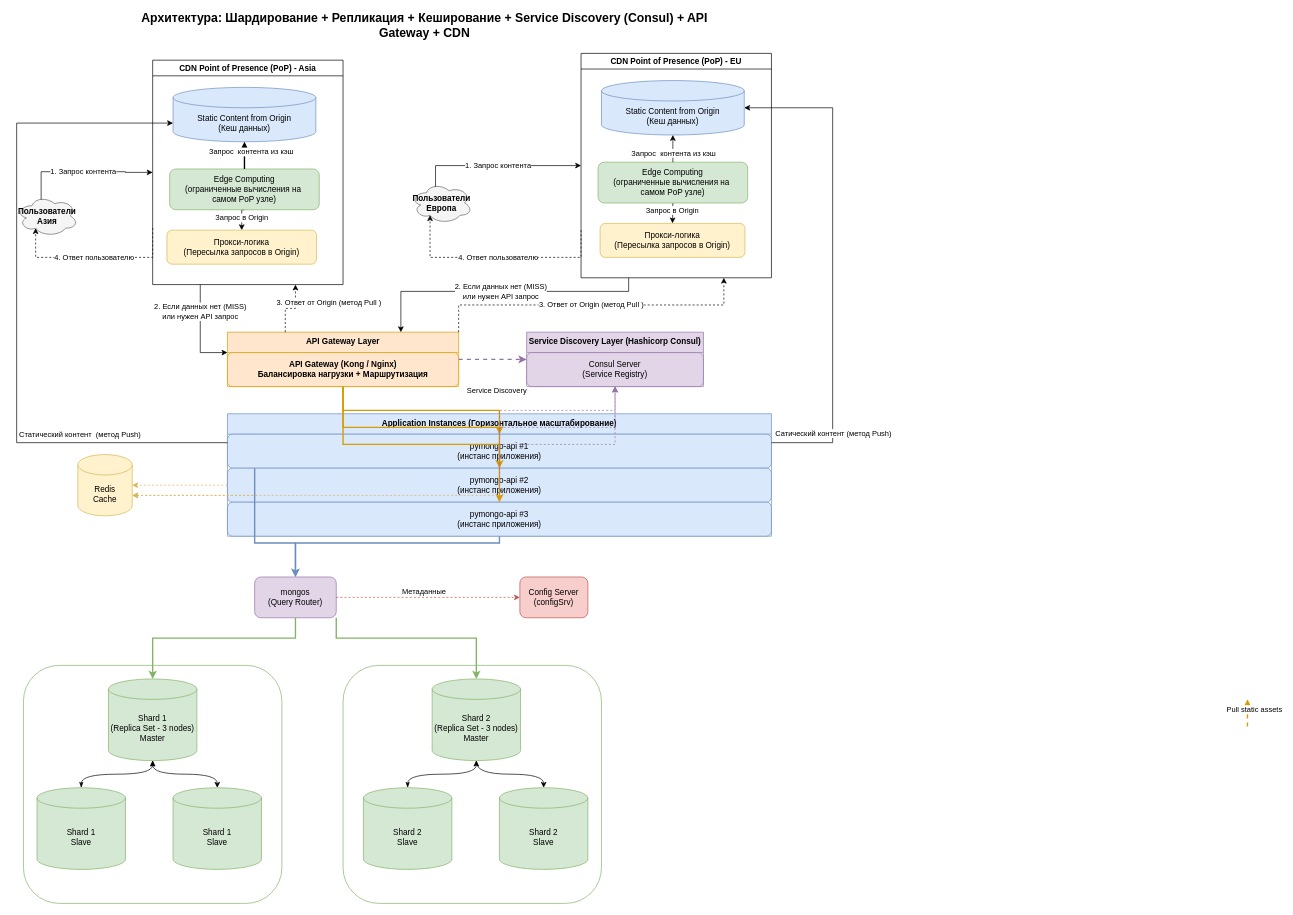
Above: task6.drawio in andruschenco/architecture-pro-black_friday (draw.io), before the change. Source tidied: cells renumbered, new cells numbered last; positions are measured from the earlier drawing's top-left corner, leaving out a move shared by most shapes. Both pictures are drawn from the tidied source at 68%, with x=0, y=0 at pixel (16, 12).
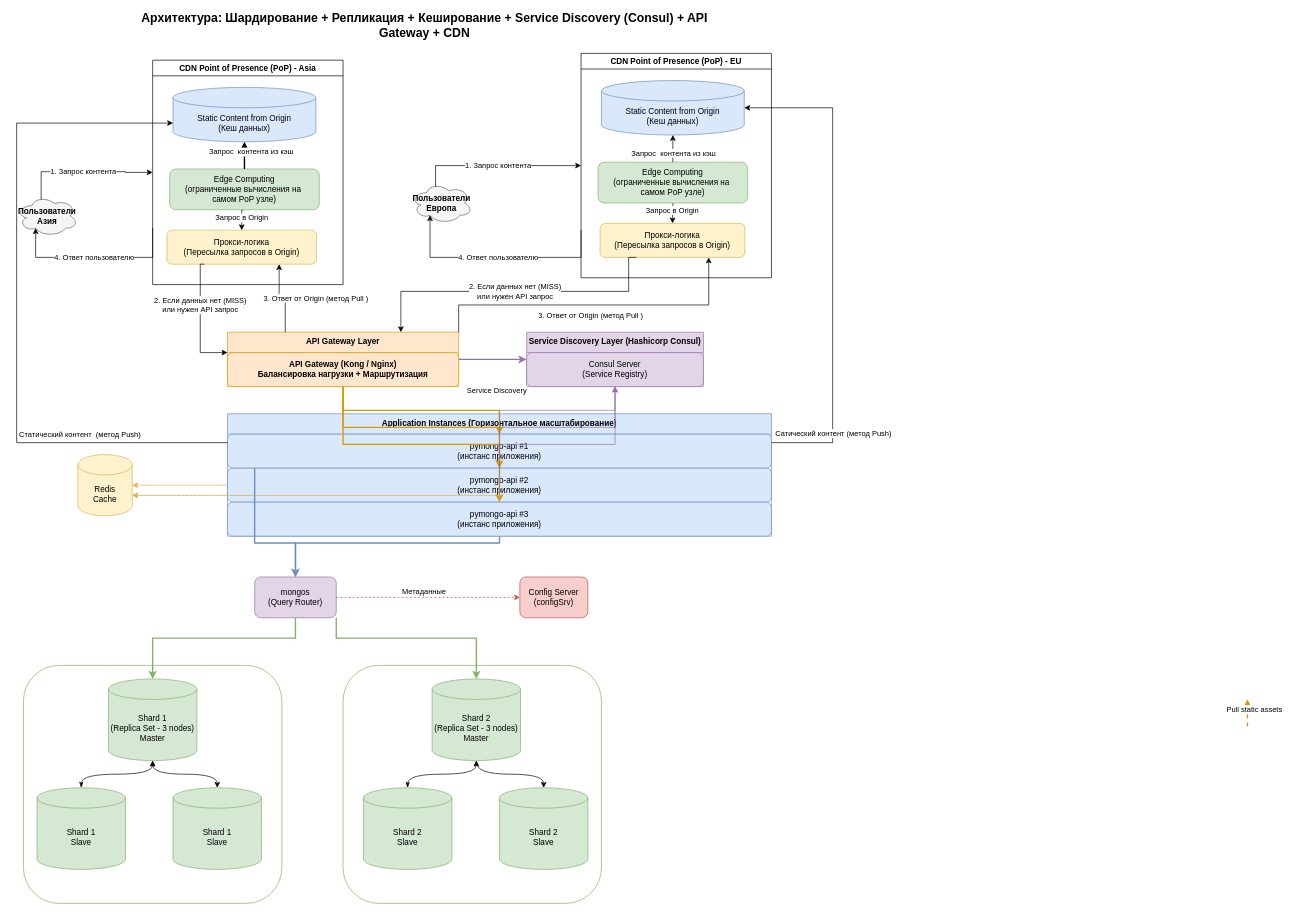
The same diagram, later.

Unchanged cells that the change refers to:
```xml
<mxCell id="3" value="Пользователи&#10;Европа" style="shape=cloud;whiteSpace=wrap;html=1;fillColor=#f5f5f5;strokeColor=#666666;fontStyle=1;" parent="1" vertex="1">
  <mxGeometry x="580" y="250" width="90" height="60" as="geometry" />
</mxCell>
<mxCell id="4" value="Пользователи&#10;Азия" style="shape=cloud;whiteSpace=wrap;html=1;fillColor=#f5f5f5;strokeColor=#666666;fontStyle=1;" parent="1" vertex="1">
  <mxGeometry y="269" width="90" height="60" as="geometry" />
</mxCell>
<mxCell id="5" value="API Gateway Layer" style="swimlane;fontStyle=1;align=center;verticalAlign=top;horizontal=1;startSize=30;fillColor=#ffe6cc;strokeColor=#d79b00;" parent="1" vertex="1">
  <mxGeometry x="310" y="470" width="340" height="80" as="geometry" />
</mxCell>
<mxCell id="6" value="API Gateway (Kong / Nginx)&#10;Балансировка нагрузки + Маршрутизация" style="rounded=1;whiteSpace=wrap;html=1;fillColor=#ffe6cc;strokeColor=#d79b00;fontStyle=1;" parent="5" vertex="1">
  <mxGeometry y="30" width="340" height="50" as="geometry" />
</mxCell>
<mxCell id="7" value="Service Discovery Layer (Hashicorp Consul)" style="swimlane;fontStyle=1;align=center;verticalAlign=top;horizontal=1;startSize=30;fillColor=#e1d5e7;strokeColor=#9673a6;" parent="1" vertex="1">
  <mxGeometry x="750" y="470" width="260" height="80" as="geometry" />
</mxCell>
<mxCell id="8" value="Consul Server&#10;(Service Registry)" style="rounded=1;whiteSpace=wrap;html=1;fillColor=#e1d5e7;strokeColor=#9673a6;" parent="7" vertex="1">
  <mxGeometry y="30" width="260" height="50" as="geometry" />
</mxCell>
<mxCell id="10" value="pymongo-api #1&#10;(инстанс приложения)" style="rounded=1;whiteSpace=wrap;html=1;fillColor=#dae8fc;strokeColor=#6c8ebf;" parent="9" vertex="1">
  <mxGeometry y="30" width="800" height="50" as="geometry" />
</mxCell>
<mxCell id="11" value="pymongo-api #2&#10;(инстанс приложения)" style="rounded=1;whiteSpace=wrap;html=1;fillColor=#dae8fc;strokeColor=#6c8ebf;" parent="9" vertex="1">
  <mxGeometry y="80" width="800" height="50" as="geometry" />
</mxCell>
<mxCell id="12" value="pymongo-api #3&#10;(инстанс приложения)" style="rounded=1;whiteSpace=wrap;html=1;fillColor=#dae8fc;strokeColor=#6c8ebf;" parent="9" vertex="1">
  <mxGeometry y="130" width="800" height="50" as="geometry" />
</mxCell>
<mxCell id="13" value="Redis&#10;Cache" style="shape=cylinder3;whiteSpace=wrap;html=1;boundedLbl=1;backgroundOutline=1;size=15;fillColor=#fff2cc;strokeColor=#d6b656;" parent="1" vertex="1">
  <mxGeometry x="90" y="650" width="80" height="90" as="geometry" />
</mxCell>
<mxCell id="45" value="CDN Point of Presence (PoP) - Asia" style="swimlane;whiteSpace=wrap;html=1;startSize=23;" parent="1" vertex="1">
  <mxGeometry x="200" y="70" width="280" height="330" as="geometry" />
</mxCell>
<mxCell id="49" value="Прокси-логика&lt;br&gt;(Пересылка запросов в Origin)" style="rounded=1;whiteSpace=wrap;html=1;fillColor=#fff2cc;strokeColor=#d6b656;" parent="45" vertex="1">
  <mxGeometry x="21" y="250" width="220" height="50" as="geometry" />
</mxCell>
<mxCell id="59" value="CDN Point of Presence (PoP) - EU" style="swimlane;whiteSpace=wrap;html=1;startSize=23;" parent="1" vertex="1">
  <mxGeometry x="830" y="60" width="280" height="330" as="geometry" />
</mxCell>
<mxCell id="63" value="Прокси-логика&lt;br&gt;(Пересылка запросов в Origin)" style="rounded=1;whiteSpace=wrap;html=1;fillColor=#fff2cc;strokeColor=#d6b656;" parent="59" vertex="1">
  <mxGeometry x="28" y="250" width="213" height="50" as="geometry" />
</mxCell>
```

Change to the diagram source:
```diff
@@
-    <mxCell id="19" style="edgeStyle=orthogonalEdgeStyle;rounded=0;jettySize=auto;html=1;strokeWidth=1;strokeColor=#9673a6;dashed=1;" parent="1" edge="1" source="10" target="8">
+    <mxCell id="19" style="edgeStyle=orthogonalEdgeStyle;rounded=0;jettySize=auto;html=1;strokeWidth=1;strokeColor=#9673a6;" parent="1" edge="1" source="10" target="8">
       <mxGeometry relative="1" as="geometry" />
     </mxCell>
-    <mxCell id="20" style="edgeStyle=orthogonalEdgeStyle;rounded=0;jettySize=auto;html=1;strokeWidth=1;strokeColor=#9673a6;dashed=1;" parent="1" edge="1" source="11" target="8">
+    <mxCell id="20" style="edgeStyle=orthogonalEdgeStyle;rounded=0;jettySize=auto;html=1;strokeWidth=1;strokeColor=#9673a6;" parent="1" edge="1" source="11" target="8">
       <mxGeometry relative="1" as="geometry" />
     </mxCell>
-    <mxCell id="21" style="edgeStyle=orthogonalEdgeStyle;rounded=0;jettySize=auto;html=1;strokeWidth=1;strokeColor=#9673a6;dashed=1;" parent="1" edge="1" source="12" target="8">
+    <mxCell id="21" style="edgeStyle=orthogonalEdgeStyle;rounded=0;jettySize=auto;html=1;strokeWidth=1;strokeColor=#9673a6;" parent="1" edge="1" source="12" target="8">
       <mxGeometry relative="1" as="geometry" />
     </mxCell>
-    <mxCell id="22" style="edgeStyle=orthogonalEdgeStyle;rounded=0;jettySize=auto;html=1;strokeWidth=2;strokeColor=#9673a6;dashed=1;" parent="1" edge="1" source="5" target="7">
+    <mxCell id="22" style="edgeStyle=orthogonalEdgeStyle;rounded=0;jettySize=auto;html=1;strokeWidth=2;strokeColor=#9673a6;" parent="1" edge="1" source="5" target="7">
       <mxGeometry relative="1" as="geometry">
         <Array as="points">
           <mxPoint x="690" y="510" />
           <mxPoint x="690" y="510" />
         </Array>
       </mxGeometry>
     </mxCell>
@@
-    <mxCell id="25" style="edgeStyle=orthogonalEdgeStyle;rounded=0;jettySize=auto;html=1;strokeWidth=1;strokeColor=#d6b656;dashed=1;" parent="1" edge="1" source="11" target="13">
+    <mxCell id="25" style="edgeStyle=orthogonalEdgeStyle;rounded=0;jettySize=auto;html=1;strokeWidth=1;strokeColor=#d6b656;" parent="1" edge="1" source="11" target="13">
       <mxGeometry relative="1" as="geometry">
         <Array as="points">
           <mxPoint x="530" y="710" />
           <mxPoint x="130" y="710" />
         </Array>
       </mxGeometry>
     </mxCell>
-    <mxCell id="26" style="edgeStyle=orthogonalEdgeStyle;rounded=0;jettySize=auto;html=1;strokeWidth=1;strokeColor=#d6b656;dashed=1;" parent="1" edge="1" source="12" target="13">
+    <mxCell id="26" style="edgeStyle=orthogonalEdgeStyle;rounded=0;jettySize=auto;html=1;strokeWidth=1;strokeColor=#d6b656;" parent="1" edge="1" source="12" target="13">
       <mxGeometry relative="1" as="geometry">
         <Array as="points">
           <mxPoint x="710" y="710" />
           <mxPoint x="130" y="710" />
         </Array>
       </mxGeometry>
     </mxCell>
@@
-    <mxCell id="54" value="2. Если данных нет (MISS)&#10;или нужен API запрос" style="edgeStyle=orthogonalEdgeStyle;rounded=0;jettySize=auto;html=1;entryX=0;entryY=0;entryDx=0;entryDy=0;exitX=0.25;exitY=1;exitDx=0;exitDy=0;" parent="1" edge="1" source="45" target="6">
-      <mxGeometry x="-0.43" relative="1" as="geometry">
+    <mxCell id="54" value="2. Если данных нет (MISS)&#10;или нужен API запрос" style="edgeStyle=orthogonalEdgeStyle;rounded=0;jettySize=auto;html=1;entryX=0;entryY=0;entryDx=0;entryDy=0;exitX=0.25;exitY=1;exitDx=0;exitDy=0;" parent="1" edge="1" source="49" target="6">
+      <mxGeometry x="-0.25" relative="1" as="geometry">
         <Array as="points">
+          <mxPoint x="270" y="370" />
           <mxPoint x="270" y="500" />
         </Array>
       </mxGeometry>
     </mxCell>
-    <mxCell id="55" value="3. Ответ от Origin (метод Pull )" style="edgeStyle=orthogonalEdgeStyle;rounded=0;jettySize=auto;html=1;exitX=0.25;exitY=0;exitDx=0;exitDy=0;dashed=1;entryX=0.75;entryY=1;entryDx=0;entryDy=0;" parent="1" edge="1" source="5" target="45">
-      <mxGeometry x="0.39" y="-49" relative="1" as="geometry">
-        <mxPoint y="1" as="offset" />
+    <mxCell id="55" value="3. Ответ от Origin (метод Pull )" style="edgeStyle=orthogonalEdgeStyle;rounded=0;jettySize=auto;html=1;exitX=0.25;exitY=0;exitDx=0;exitDy=0;entryX=0.75;entryY=1;entryDx=0;entryDy=0;" parent="1" edge="1" source="5" target="49">
+      <mxGeometry x="-0.08" y="-45" relative="1" as="geometry">
+        <mxPoint x="45" y="45" as="offset" />
       </mxGeometry>
     </mxCell>
-    <mxCell id="56" value="4. Ответ пользователю" style="edgeStyle=orthogonalEdgeStyle;rounded=0;jettySize=auto;html=1;dashed=1;entryX=0.31;entryY=0.8;entryDx=0;entryDy=0;entryPerimeter=0;" parent="1" edge="1" target="4">
+    <mxCell id="56" value="4. Ответ пользователю" style="edgeStyle=orthogonalEdgeStyle;rounded=0;jettySize=auto;html=1;entryX=0.31;entryY=0.8;entryDx=0;entryDy=0;entryPerimeter=0;" parent="1" edge="1" target="4">
       <mxGeometry relative="1" as="geometry">
         <mxPoint x="200" y="317" as="sourcePoint" />
         <Array as="points">
           <mxPoint x="200" y="360" />
           <mxPoint x="28" y="360" />
         </Array>
       </mxGeometry>
     </mxCell>
@@
-    <mxCell id="67" value="2. Если данных нет (MISS)&#10;или нужен API запрос" style="edgeStyle=orthogonalEdgeStyle;rounded=0;jettySize=auto;html=1;entryX=0.75;entryY=0;entryDx=0;entryDy=0;exitX=0.25;exitY=1;exitDx=0;exitDy=0;" parent="1" edge="1" source="59" target="5">
+    <mxCell id="67" value="2. Если данных нет (MISS)&#10;или нужен API запрос" style="edgeStyle=orthogonalEdgeStyle;rounded=0;jettySize=auto;html=1;entryX=0.75;entryY=0;entryDx=0;entryDy=0;exitX=0.25;exitY=1;exitDx=0;exitDy=0;" parent="1" edge="1" source="63" target="5">
       <mxGeometry relative="1" as="geometry">
         <Array as="points">
+          <mxPoint x="900" y="360" />
           <mxPoint x="900" y="410" />
           <mxPoint x="565" y="410" />
         </Array>
       </mxGeometry>
     </mxCell>
-    <mxCell id="68" value="3. Ответ от Origin (метод Pull )" style="edgeStyle=orthogonalEdgeStyle;rounded=0;jettySize=auto;html=1;exitX=1;exitY=0;exitDx=0;exitDy=0;entryX=0.75;entryY=1;entryDx=0;entryDy=0;dashed=1;" parent="1" edge="1" source="5" target="59">
-      <mxGeometry relative="1" as="geometry" />
+    <mxCell id="68" value="3. Ответ от Origin (метод Pull )" style="edgeStyle=orthogonalEdgeStyle;rounded=0;jettySize=auto;html=1;exitX=1;exitY=0;exitDx=0;exitDy=0;entryX=0.75;entryY=1;entryDx=0;entryDy=0;" parent="1" edge="1" source="5" target="63">
+      <mxGeometry x="-0.02" y="-15" relative="1" as="geometry">
+        <Array as="points">
+          <mxPoint x="650" y="430" />
+          <mxPoint x="1018" y="430" />
+        </Array>
+      </mxGeometry>
     </mxCell>
@@
-    <mxCell id="70" value="4. Ответ пользователю" style="edgeStyle=orthogonalEdgeStyle;rounded=0;jettySize=auto;html=1;dashed=1;entryX=0.31;entryY=0.8;entryDx=0;entryDy=0;entryPerimeter=0;" parent="1" edge="1" target="3">
+    <mxCell id="70" value="4. Ответ пользователю" style="edgeStyle=orthogonalEdgeStyle;rounded=0;jettySize=auto;html=1;entryX=0.31;entryY=0.8;entryDx=0;entryDy=0;entryPerimeter=0;" parent="1" edge="1" target="3">
       <mxGeometry relative="1" as="geometry">
         <mxPoint x="830" y="320" as="sourcePoint" />
         <Array as="points">
           <mxPoint x="830" y="360" />
           <mxPoint x="608" y="360" />
         </Array>
       </mxGeometry>
     </mxCell>
```
